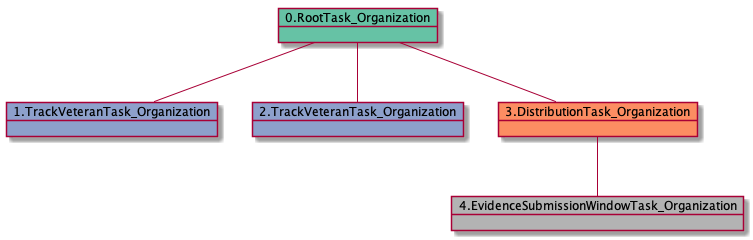
yoomlam/graphing keeps this PlantUML diagram as docs-ES/uml/RTO.TVTO.TVTO-40894.png. Above is the earlier version. The source it was exported from:
```plantuml
@startuml
object 0.RootTask_Organization #66c2a5
object 1.TrackVeteranTask_Organization #8da0cb
object 2.TrackVeteranTask_Organization #8da0cb
object 3.DistributionTask_Organization #fc8d62
object 4.EvidenceSubmissionWindowTask_Organization #b3b3b3
0.RootTask_Organization -- 1.TrackVeteranTask_Organization
0.RootTask_Organization -- 2.TrackVeteranTask_Organization
0.RootTask_Organization -- 3.DistributionTask_Organization
3.DistributionTask_Organization -- 4.EvidenceSubmissionWindowTask_Organization
@enduml
```
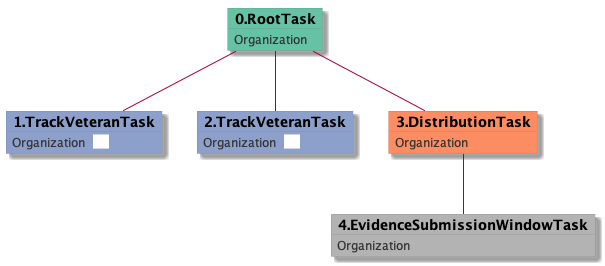
After the change.

What changed in the source:
```diff
@@ -1,11 +1,29 @@
 @startuml
-object 0.RootTask_Organization #66c2a5
-object 1.TrackVeteranTask_Organization #8da0cb
-object 2.TrackVeteranTask_Organization #8da0cb
-object 3.DistributionTask_Organization #fc8d62
-object 4.EvidenceSubmissionWindowTask_Organization #b3b3b3
-0.RootTask_Organization -- 1.TrackVeteranTask_Organization
-0.RootTask_Organization -- 2.TrackVeteranTask_Organization
-0.RootTask_Organization -- 3.DistributionTask_Organization
-3.DistributionTask_Organization -- 4.EvidenceSubmissionWindowTask_Organization
+skinparam {
+  ObjectBorderColor #555
+  ObjectBorderThickness 0
+  ObjectFontStyle bold
+  ObjectFontSize 14
+  ObjectAttributeFontColor #333
+  ObjectAttributeFontSize 12
+}
+  object 0.RootTask #66c2a5 {
+Organization
+}
+  object 1.TrackVeteranTask #8da0cb {
+Organization  <back:white>    </back>
+}
+  object 2.TrackVeteranTask #8da0cb {
+Organization  <back:white>    </back>
+}
+  object 3.DistributionTask #fc8d62 {
+Organization
+}
+  object 4.EvidenceSubmissionWindowTask #b3b3b3 {
+Organization
+}
+0.RootTask -- 1.TrackVeteranTask
+0.RootTask -- 2.TrackVeteranTask
+0.RootTask -- 3.DistributionTask
+3.DistributionTask -- 4.EvidenceSubmissionWindowTask
 @enduml
```
